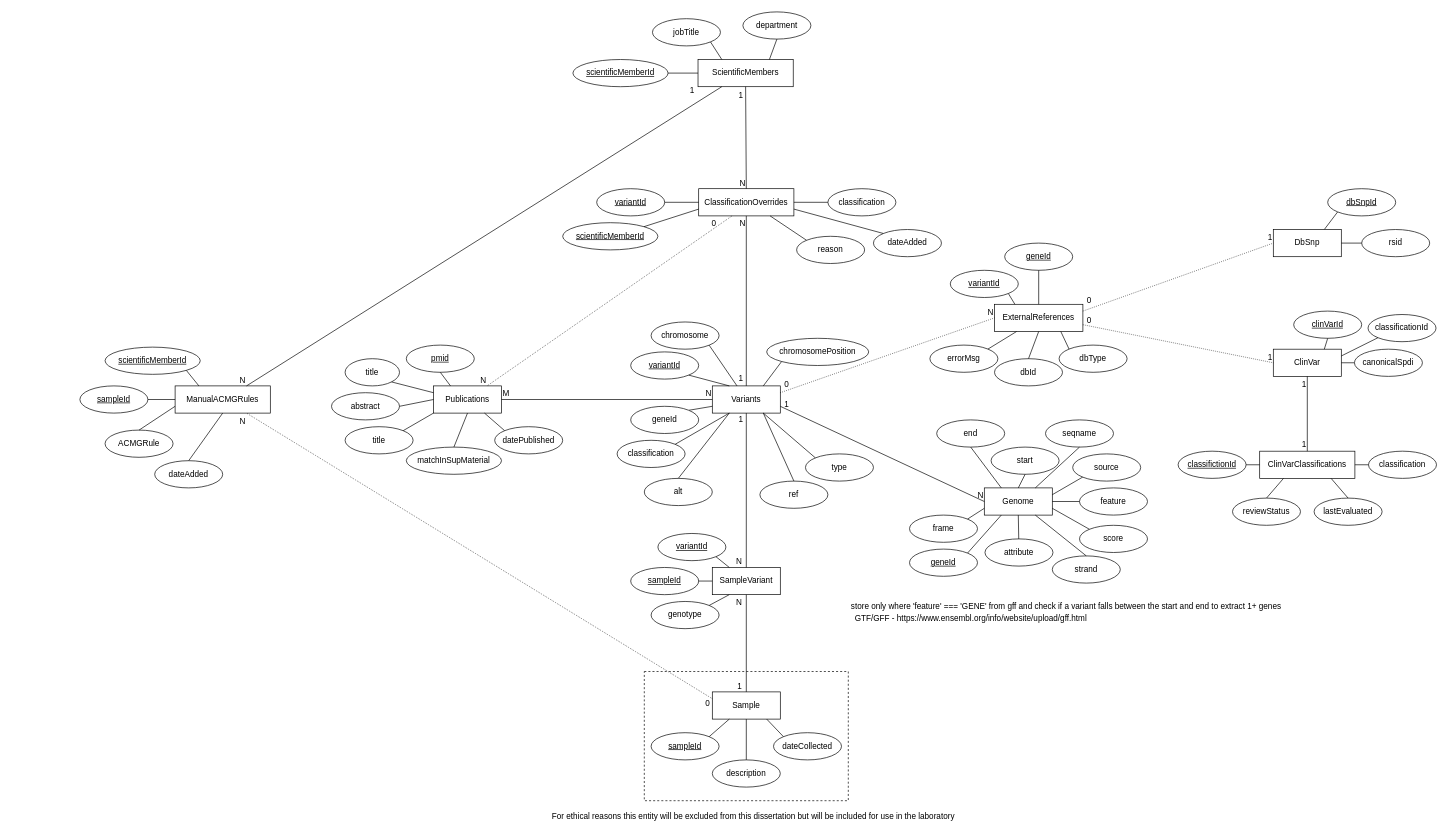
estherspiteri/VUSVista keeps this draw.io diagram as page "Page-2" (2 of 2) of Flowcharts/ERD.drawio. Above is the earlier version. Source tidied: cells renumbered, new cells numbered last; positions are measured from the earlier drawing's top-left corner, leaving out a move shared by most shapes. Both pictures are drawn from the tidied source at 68%, with x=0, y=0 at pixel (80, 12).
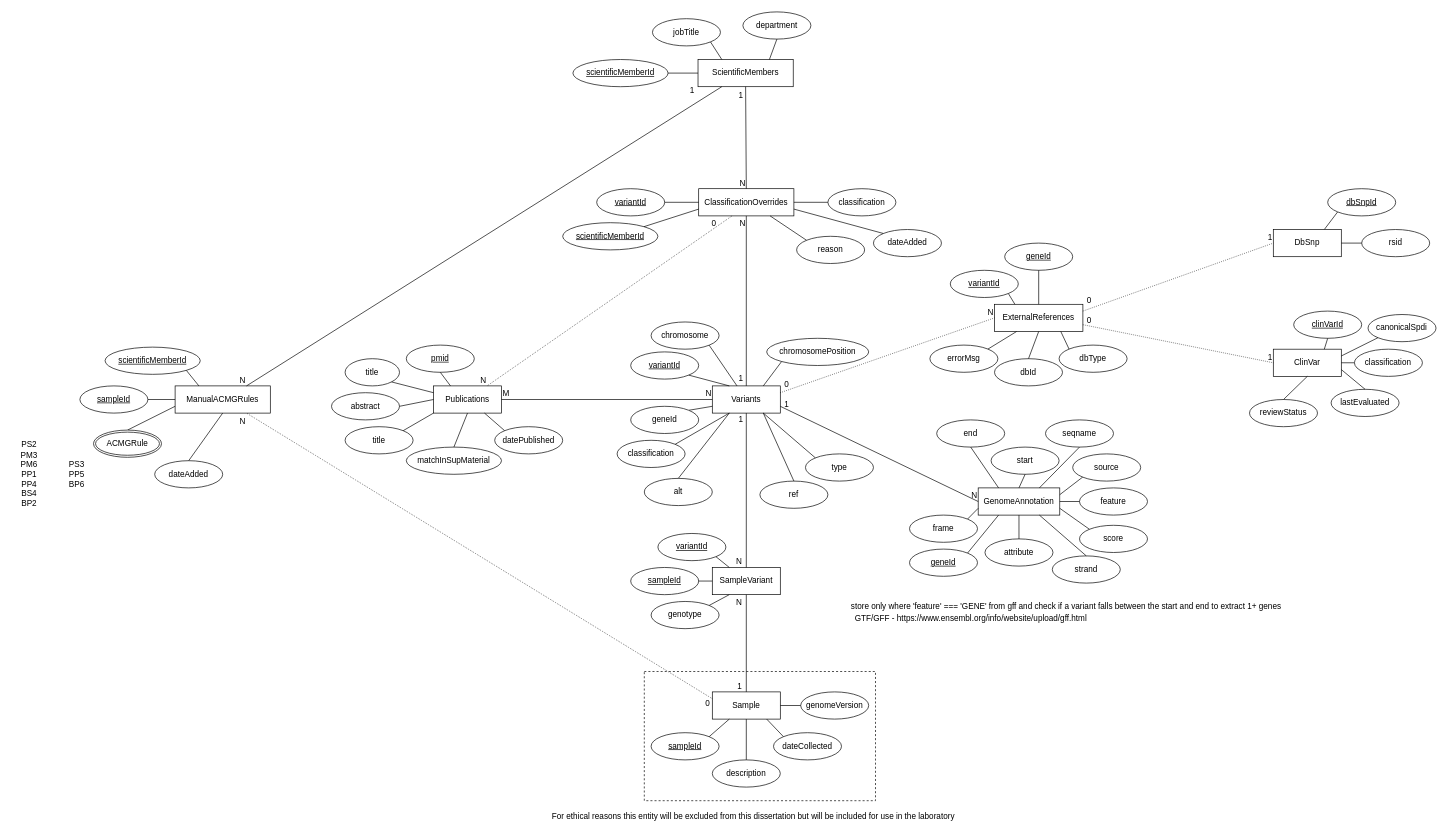
The same page after the edit.

The change refers to these unchanged cells:
```xml
<mxCell id="84" value="ClinVar" style="whiteSpace=wrap;html=1;align=center;" parent="1" vertex="1">
  <mxGeometry x="1755" y="496" width="100" height="40" as="geometry" />
</mxCell>
<mxCell id="113" value="Sample" style="whiteSpace=wrap;html=1;align=center;" parent="1" vertex="1">
  <mxGeometry x="930" y="1000" width="100" height="40" as="geometry" />
</mxCell>
```

What changed in the source:
```diff
@@
     <mxCell id="2" style="rounded=0;whiteSpace=wrap;html=1;fillColor=none;dashed=1;" parent="1" vertex="1">
-      <mxGeometry x="830" y="970" width="300" height="190" as="geometry" />
+      <mxGeometry x="830" y="970" width="340" height="190" as="geometry" />
     </mxCell>
@@
-    <mxCell id="35" value="Genome" style="whiteSpace=wrap;html=1;align=center;" parent="1" vertex="1">
-      <mxGeometry x="1330" y="700" width="100" height="40" as="geometry" />
+    <mxCell id="35" value="GenomeAnnotation" style="whiteSpace=wrap;html=1;align=center;" parent="1" vertex="1">
+      <mxGeometry x="1321" y="700" width="120" height="40" as="geometry" />
     </mxCell>
@@
-    <mxCell id="87" value="canonicalSpdi" style="ellipse;whiteSpace=wrap;html=1;align=center;" parent="1" vertex="1">
+    <mxCell id="87" value="classification" style="ellipse;whiteSpace=wrap;html=1;align=center;" parent="1" vertex="1">
       <mxGeometry x="1874.3" y="496" width="100" height="40" as="geometry" />
     </mxCell>
@@
-    <mxCell id="92" value="ClinVarClassifications" style="whiteSpace=wrap;html=1;align=center;" parent="1" vertex="1">
-      <mxGeometry x="1735" y="646" width="140" height="40" as="geometry" />
-    </mxCell>
-    <mxCell id="93" value="&lt;span style=&quot;background-color: rgb(255, 255, 255);&quot;&gt;classifictionId&lt;/span&gt;" style="ellipse;whiteSpace=wrap;html=1;align=center;fontStyle=4;" parent="1" vertex="1">
-      <mxGeometry x="1615" y="646" width="100" height="40" as="geometry" />
-    </mxCell>
-    <mxCell id="94" value="classification" style="ellipse;whiteSpace=wrap;html=1;align=center;" parent="1" vertex="1">
-      <mxGeometry x="1895" y="646" width="100" height="40" as="geometry" />
-    </mxCell>
-    <mxCell id="95" value="classificationId" style="ellipse;whiteSpace=wrap;html=1;align=center;" parent="1" vertex="1">
+    <mxCell id="95" value="canonicalSpdi" style="ellipse;whiteSpace=wrap;html=1;align=center;" parent="1" vertex="1">
       <mxGeometry x="1894.3" y="445" width="100" height="40" as="geometry" />
     </mxCell>
@@
     <mxCell id="97" value="lastEvaluated" style="ellipse;whiteSpace=wrap;html=1;align=center;" parent="1" vertex="1">
-      <mxGeometry x="1815" y="715" width="100" height="40" as="geometry" />
+      <mxGeometry x="1840" y="555" width="100" height="40" as="geometry" />
     </mxCell>
     <mxCell id="98" value="reviewStatus" style="ellipse;whiteSpace=wrap;html=1;align=center;" parent="1" vertex="1">
-      <mxGeometry x="1695" y="715" width="100" height="40" as="geometry" />
+      <mxGeometry x="1720" y="570" width="100" height="40" as="geometry" />
     </mxCell>
-    <mxCell id="99" style="endArrow=none;html=1;rounded=0;exitX=0.5;exitY=0;exitDx=0;exitDy=0;entryX=0.25;entryY=1;entryDx=0;entryDy=0;" parent="1" edge="1" source="98" target="92">
+    <mxCell id="99" style="endArrow=none;html=1;rounded=0;exitX=0.5;exitY=0;exitDx=0;exitDy=0;entryX=0.5;entryY=1;entryDx=0;entryDy=0;" parent="1" edge="1" source="98" target="84">
       <mxGeometry relative="1" as="geometry" />
     </mxCell>
-    <mxCell id="100" style="endArrow=none;html=1;rounded=0;exitX=0.5;exitY=0;exitDx=0;exitDy=0;entryX=0.75;entryY=1;entryDx=0;entryDy=0;" parent="1" edge="1" source="97" target="92">
+    <mxCell id="100" style="endArrow=none;html=1;rounded=0;exitX=0.5;exitY=0;exitDx=0;exitDy=0;entryX=1;entryY=0.75;entryDx=0;entryDy=0;" parent="1" edge="1" source="97" target="84">
       <mxGeometry relative="1" as="geometry" />
     </mxCell>
-    <mxCell id="101" style="endArrow=none;html=1;rounded=0;entryX=1;entryY=0.5;entryDx=0;entryDy=0;exitX=0;exitY=0.5;exitDx=0;exitDy=0;" parent="1" edge="1" source="94" target="92">
-      <mxGeometry relative="1" as="geometry" />
-    </mxCell>
-    <mxCell id="102" style="endArrow=none;html=1;rounded=0;exitX=1;exitY=0.5;exitDx=0;exitDy=0;entryX=0;entryY=0.5;entryDx=0;entryDy=0;" parent="1" edge="1" source="93" target="92">
-      <mxGeometry relative="1" as="geometry" />
-    </mxCell>
-    <mxCell id="103" style="endArrow=none;html=1;rounded=0;exitX=0.5;exitY=1;exitDx=0;exitDy=0;entryX=0.5;entryY=0;entryDx=0;entryDy=0;" parent="1" edge="1" source="84" target="92">
-      <mxGeometry relative="1" as="geometry" />
-    </mxCell>
-    <mxCell id="104" value="1" style="text;html=1;align=center;verticalAlign=middle;strokeColor=none;fillColor=none;" parent="1" vertex="1">
-      <mxGeometry x="1785" y="533" width="30" height="30" as="geometry" />
-    </mxCell>
-    <mxCell id="105" value="1" style="text;html=1;align=center;verticalAlign=middle;strokeColor=none;fillColor=none;" parent="1" vertex="1">
-      <mxGeometry x="1785" y="622" width="30" height="30" as="geometry" />
-    </mxCell>
@@
-    <mxCell id="158" value="ACMGRule" style="ellipse;whiteSpace=wrap;html=1;align=center;" parent="1" vertex="1">
-      <mxGeometry x="37" y="615" width="100" height="40" as="geometry" />
-    </mxCell>
@@
+    <mxCell id="158" value="ACMGRule" style="ellipse;shape=doubleEllipse;margin=3;whiteSpace=wrap;html=1;align=center;" parent="1" vertex="1">
+      <mxGeometry x="20" y="615" width="100" height="40" as="geometry" />
+    </mxCell>
+    <mxCell id="169" value="PS2&lt;br&gt;PM3&lt;br&gt;PM6&lt;br&gt;PP1&lt;br&gt;PP4&lt;br&gt;BS4&lt;br&gt;BP2" style="text;html=1;align=center;verticalAlign=middle;strokeColor=none;fillColor=none;" parent="1" vertex="1">
+      <mxGeometry x="-100" y="625" width="50" height="110" as="geometry" />
+    </mxCell>
+    <mxCell id="170" value="PS3&lt;br&gt;PP5&lt;br&gt;BP6" style="text;html=1;align=center;verticalAlign=middle;strokeColor=none;fillColor=none;" parent="1" vertex="1">
+      <mxGeometry x="-30" y="650" width="50" height="60" as="geometry" />
+    </mxCell>
+    <mxCell id="171" value="genomeVersion" style="ellipse;whiteSpace=wrap;html=1;align=center;" parent="1" vertex="1">
+      <mxGeometry x="1060" y="1000" width="100" height="40" as="geometry" />
+    </mxCell>
+    <mxCell id="172" style="endArrow=none;html=1;rounded=0;entryX=0;entryY=0.5;entryDx=0;entryDy=0;exitX=1;exitY=0.5;exitDx=0;exitDy=0;" parent="1" edge="1" source="113" target="171">
+      <mxGeometry relative="1" as="geometry" />
+    </mxCell>
```
